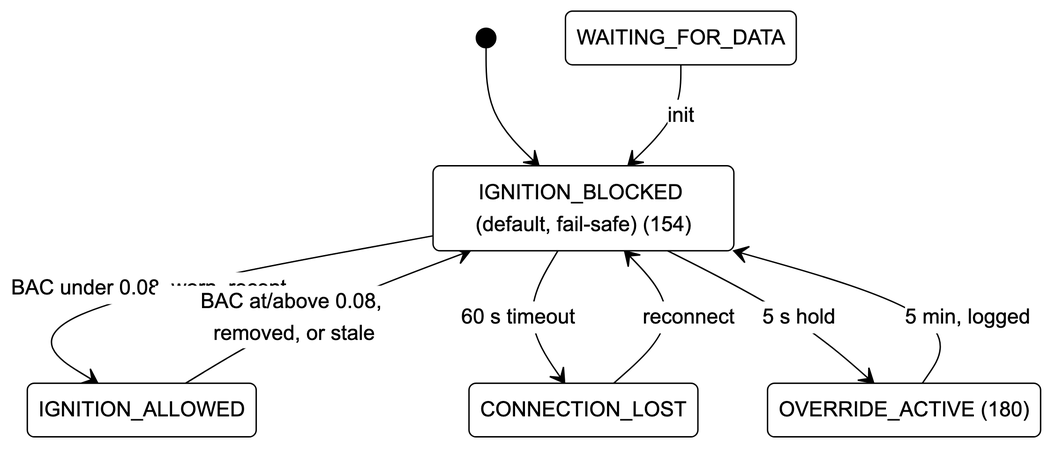
Before: patent_cap/mermaid/fig5_vehicle_state_machine.png, a diagram exported from Mermaid (tisenres/AlcoWatch_Patent). Its source is kept beside it as patent_cap/mermaid/fig5_vehicle_state_machine.mmd.
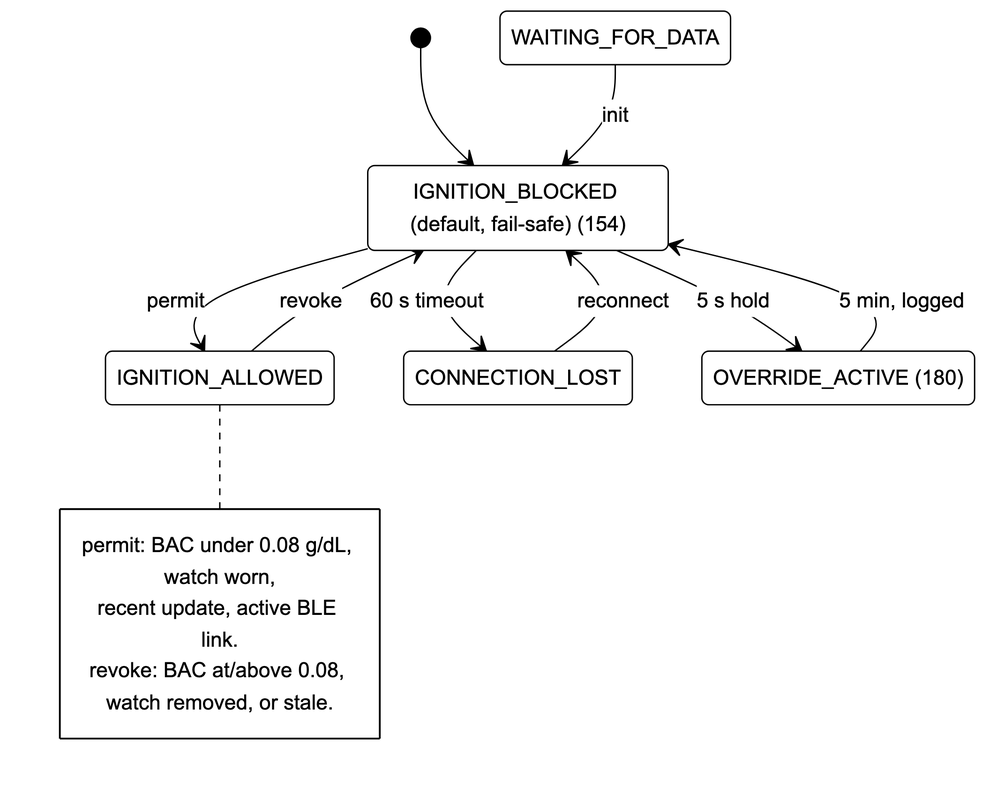
The same file after the commit.

Commit message:
fix(patent): Figure 5 label overlap — short edge labels + conditions in a note

What changed in the source:
```diff
@@ -7,9 +7,14 @@
   LOST: CONNECTION_LOST
   OVR: OVERRIDE_ACTIVE (180)
   WAIT --> BLOCKED: init
-  BLOCKED --> ALLOWED: BAC under 0.08, worn, recent
-  ALLOWED --> BLOCKED: BAC at/above 0.08, removed, or stale
+  BLOCKED --> ALLOWED: permit
+  ALLOWED --> BLOCKED: revoke
   BLOCKED --> LOST: 60 s timeout
   LOST --> BLOCKED: reconnect
   BLOCKED --> OVR: 5 s hold
   OVR --> BLOCKED: 5 min, logged
+  note right of ALLOWED
+    permit: BAC under 0.08 g/dL, watch worn,
+    recent update, active BLE link.
+    revoke: BAC at/above 0.08, watch removed, or stale.
+  end note
```
